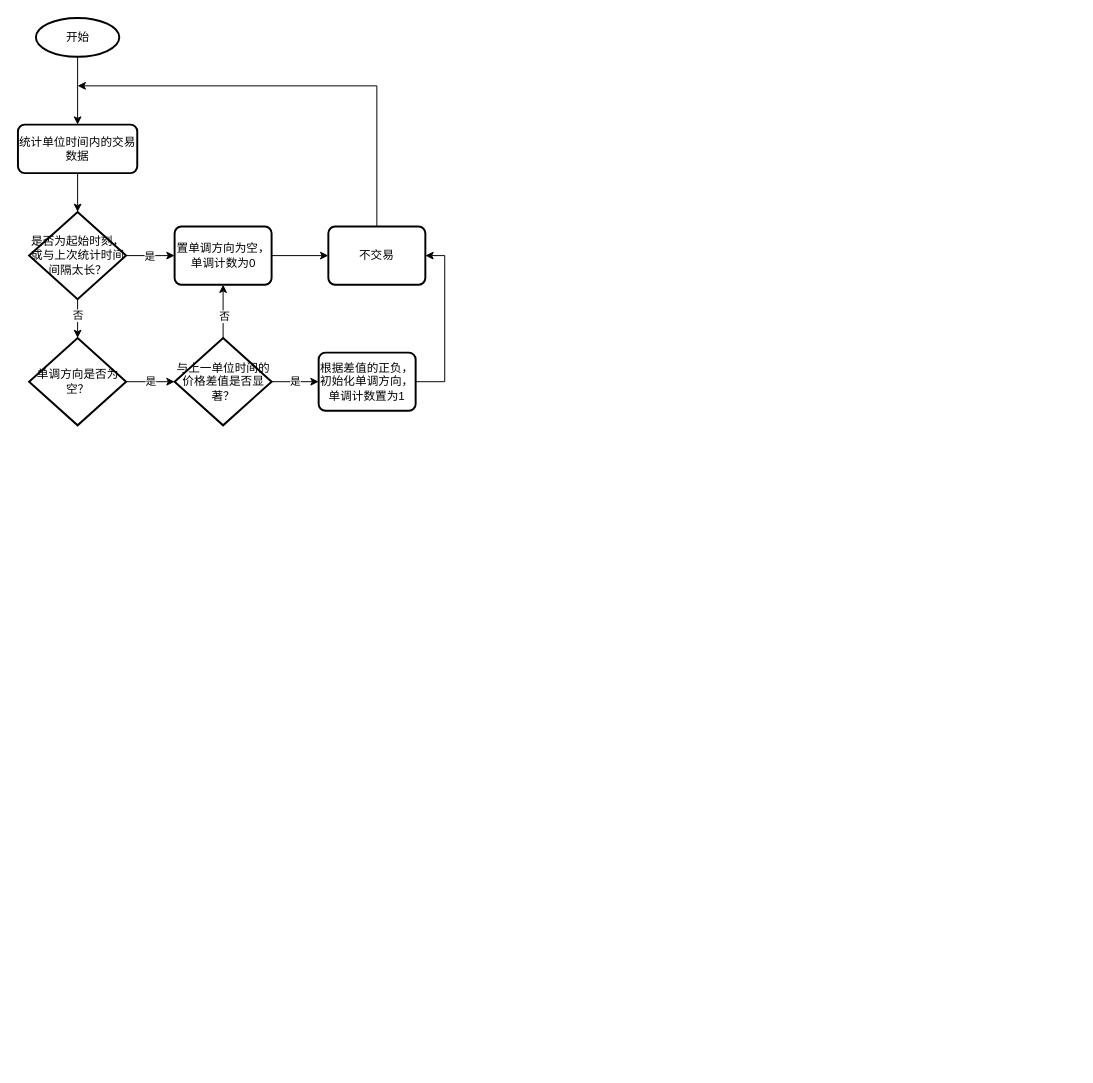
Before: trading.drawio in haycheng/draw.io, a draw.io diagram. Source tidied: cells renumbered, new cells numbered last; positions are measured from the earlier drawing's top-left corner, leaving out a move shared by most shapes. Both pictures are drawn from the tidied source at 97%, with x=0, y=0 at pixel (17, 17).
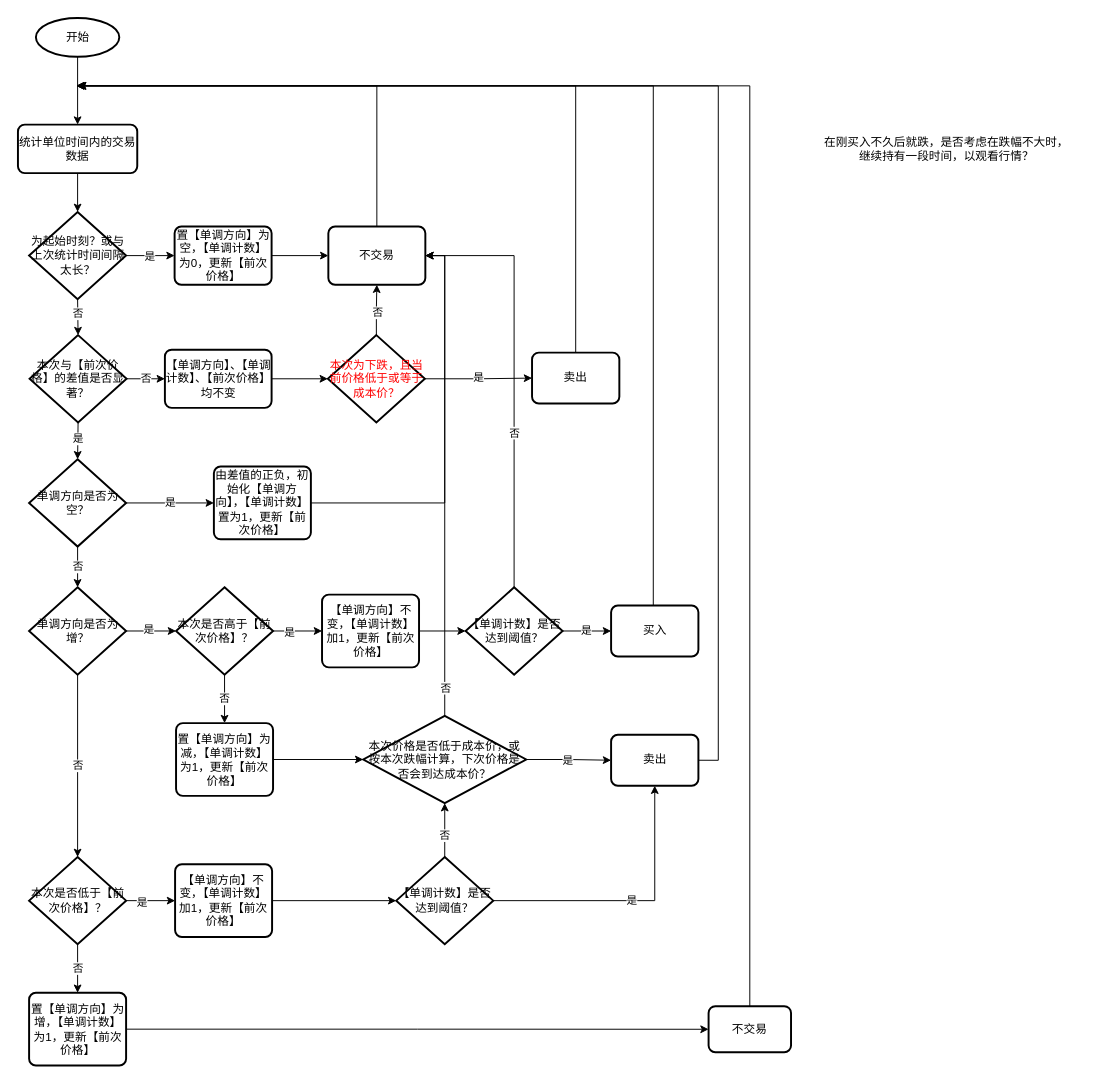
After the change.

What changed in the source:
```diff
@@
-    <mxCell id="8" style="edgeStyle=orthogonalEdgeStyle;rounded=0;jettySize=auto;html=1;exitX=0.5;exitY=1;exitDx=0;exitDy=0;exitPerimeter=0;entryX=0.5;entryY=0;entryDx=0;entryDy=0;entryPerimeter=0;" parent="1" edge="1" source="10" target="15">
+    <mxCell id="8" style="edgeStyle=orthogonalEdgeStyle;rounded=0;jettySize=auto;html=1;exitX=0.5;exitY=1;exitDx=0;exitDy=0;exitPerimeter=0;entryX=0.5;entryY=0;entryDx=0;entryDy=0;entryPerimeter=0;" parent="1" edge="1" source="10" target="31">
       <mxGeometry relative="1" as="geometry" />
     </mxCell>
@@
-    <mxCell id="10" value="是否为起始时刻，或与上次统计时间间隔太长？" style="strokeWidth=2;html=1;shape=mxgraph.flowchart.decision;whiteSpace=wrap;" parent="1" vertex="1">
+    <mxCell id="10" value="为起始时刻？或与上次统计时间间隔太长？" style="strokeWidth=2;html=1;shape=mxgraph.flowchart.decision;whiteSpace=wrap;" parent="1" vertex="1">
       <mxGeometry x="11.5" y="200" width="100" height="90" as="geometry" />
     </mxCell>
@@
-    <mxCell id="13" value="置单调方向为空，单调计数为0" style="rounded=1;whiteSpace=wrap;html=1;absoluteArcSize=1;arcSize=14;strokeWidth=2;" parent="1" vertex="1">
+    <mxCell id="13" value="置【单调方向】为空，【单调计数】为0，更新【前次价格】" style="rounded=1;whiteSpace=wrap;html=1;absoluteArcSize=1;arcSize=14;strokeWidth=2;" parent="1" vertex="1">
       <mxGeometry x="161.5" y="215" width="100" height="60" as="geometry" />
     </mxCell>
-    <mxCell id="14" value="是" style="edgeStyle=orthogonalEdgeStyle;rounded=0;jettySize=auto;html=1;exitX=1;exitY=0.5;exitDx=0;exitDy=0;exitPerimeter=0;entryX=0;entryY=0.5;entryDx=0;entryDy=0;entryPerimeter=0;" parent="1" edge="1" source="15" target="21">
+    <mxCell id="14" value="是" style="edgeStyle=orthogonalEdgeStyle;rounded=0;jettySize=auto;html=1;exitX=1;exitY=0.5;exitDx=0;exitDy=0;exitPerimeter=0;entryX=0;entryY=0.5;entryDx=0;entryDy=0;" parent="1" edge="1" source="15" target="17">
       <mxGeometry relative="1" as="geometry" />
     </mxCell>
+    <mxCell id="23" value="否" style="edgeStyle=orthogonalEdgeStyle;rounded=0;jettySize=auto;html=1;exitX=0.5;exitY=1;exitDx=0;exitDy=0;exitPerimeter=0;entryX=0.5;entryY=0;entryDx=0;entryDy=0;entryPerimeter=0;" parent="1" edge="1" source="15" target="27">
+      <mxGeometry relative="1" as="geometry" />
+    </mxCell>
     <mxCell id="15" value="单调方向是否为空？" style="strokeWidth=2;html=1;shape=mxgraph.flowchart.decision;whiteSpace=wrap;" parent="1" vertex="1">
-      <mxGeometry x="11.5" y="330" width="100" height="90" as="geometry" />
+      <mxGeometry x="11.5" y="455" width="100" height="90" as="geometry" />
     </mxCell>
@@
-    <mxCell id="17" value="根据差值的正负，初始化单调方向，单调计数置为1" style="rounded=1;whiteSpace=wrap;html=1;absoluteArcSize=1;arcSize=14;strokeWidth=2;" parent="1" vertex="1">
-      <mxGeometry x="310" y="345" width="100" height="60" as="geometry" />
+    <mxCell id="17" value="由差值的正负，初始化【单调方向】，【单调计数】置为1，更新【前次价格】" style="rounded=1;whiteSpace=wrap;html=1;absoluteArcSize=1;arcSize=14;strokeWidth=2;" parent="1" vertex="1">
+      <mxGeometry x="202" y="462.5" width="100" height="75" as="geometry" />
     </mxCell>
+    <mxCell id="22" value="不交易" style="rounded=1;whiteSpace=wrap;html=1;absoluteArcSize=1;arcSize=14;strokeWidth=2;" parent="1" vertex="1">
+      <mxGeometry x="320" y="215" width="100" height="60" as="geometry" />
+    </mxCell>
+    <mxCell id="24" style="edgeStyle=orthogonalEdgeStyle;rounded=0;jettySize=auto;html=1;exitX=1;exitY=0.5;exitDx=0;exitDy=0;exitPerimeter=0;entryX=0;entryY=0.5;entryDx=0;entryDy=0;entryPerimeter=0;" parent="1" edge="1" source="27" target="37">
+      <mxGeometry relative="1" as="geometry" />
+    </mxCell>
+    <mxCell id="25" value="是" style="edgeLabel;html=1;align=center;verticalAlign=middle;" parent="24" vertex="1">
+      <mxGeometry x="-0.1" y="-1" relative="1" as="geometry">
+        <mxPoint y="-3" as="offset" />
+      </mxGeometry>
+    </mxCell>
+    <mxCell id="26" value="否" style="edgeStyle=orthogonalEdgeStyle;rounded=0;jettySize=auto;html=1;exitX=0.5;exitY=1;exitDx=0;exitDy=0;exitPerimeter=0;entryX=0.5;entryY=0;entryDx=0;entryDy=0;entryPerimeter=0;" parent="1" edge="1" source="27" target="53">
+      <mxGeometry relative="1" as="geometry" />
+    </mxCell>
+    <mxCell id="27" value="单调方向是否为增？" style="strokeWidth=2;html=1;shape=mxgraph.flowchart.decision;whiteSpace=wrap;" parent="1" vertex="1">
+      <mxGeometry x="11.5" y="587" width="100" height="90" as="geometry" />
+    </mxCell>
+    <mxCell id="28" value="否" style="edgeStyle=orthogonalEdgeStyle;rounded=0;jettySize=auto;html=1;exitX=1;exitY=0.5;exitDx=0;exitDy=0;exitPerimeter=0;entryX=0;entryY=0.5;entryDx=0;entryDy=0;" parent="1" edge="1" source="31" target="33">
+      <mxGeometry relative="1" as="geometry" />
+    </mxCell>
+    <mxCell id="29" style="edgeStyle=orthogonalEdgeStyle;rounded=0;jettySize=auto;html=1;exitX=0.5;exitY=1;exitDx=0;exitDy=0;exitPerimeter=0;entryX=0.5;entryY=0;entryDx=0;entryDy=0;entryPerimeter=0;" parent="1" edge="1" source="31" target="15">
+      <mxGeometry relative="1" as="geometry" />
+    </mxCell>
+    <mxCell id="30" value="是" style="edgeLabel;html=1;align=center;verticalAlign=middle;" parent="29" vertex="1">
+      <mxGeometry x="-0.08" y="1" relative="1" as="geometry">
+        <mxPoint x="-1" y="-1" as="offset" />
+      </mxGeometry>
+    </mxCell>
+    <mxCell id="31" value="本次与【前次价格】的差值是否显著？" style="strokeWidth=2;html=1;shape=mxgraph.flowchart.decision;whiteSpace=wrap;" parent="1" vertex="1">
+      <mxGeometry x="12" y="327" width="100" height="90" as="geometry" />
+    </mxCell>
+    <mxCell id="32" style="edgeStyle=orthogonalEdgeStyle;rounded=0;jettySize=auto;html=1;exitX=1;exitY=0.5;exitDx=0;exitDy=0;entryX=0;entryY=0.5;entryDx=0;entryDy=0;entryPerimeter=0;" parent="1" edge="1" source="33" target="70">
+      <mxGeometry relative="1" as="geometry" />
+    </mxCell>
+    <mxCell id="33" value="【单调方向】、【单调计数】、【前次价格】均不变" style="rounded=1;whiteSpace=wrap;html=1;absoluteArcSize=1;arcSize=14;strokeWidth=2;" parent="1" vertex="1">
+      <mxGeometry x="151.5" y="342" width="110" height="60" as="geometry" />
+    </mxCell>
+    <mxCell id="34" style="edgeStyle=orthogonalEdgeStyle;rounded=0;jettySize=auto;html=1;exitX=1;exitY=0.5;exitDx=0;exitDy=0;exitPerimeter=0;entryX=0;entryY=0.5;entryDx=0;entryDy=0;" parent="1" edge="1" source="37" target="39">
+      <mxGeometry relative="1" as="geometry" />
+    </mxCell>
+    <mxCell id="35" value="是" style="edgeLabel;html=1;align=center;verticalAlign=middle;" parent="34" vertex="1">
+      <mxGeometry x="-0.35" y="-1" relative="1" as="geometry" />
+    </mxCell>
+    <mxCell id="36" value="否" style="edgeStyle=orthogonalEdgeStyle;rounded=0;jettySize=auto;html=1;exitX=0.5;exitY=1;exitDx=0;exitDy=0;exitPerimeter=0;" parent="1" edge="1" source="37" target="49">
+      <mxGeometry relative="1" as="geometry" />
+    </mxCell>
+    <mxCell id="37" value="本次是否高于【前次价格】？" style="strokeWidth=2;html=1;shape=mxgraph.flowchart.decision;whiteSpace=wrap;" parent="1" vertex="1">
+      <mxGeometry x="163" y="587" width="100" height="90" as="geometry" />
+    </mxCell>
+    <mxCell id="38" style="edgeStyle=orthogonalEdgeStyle;rounded=0;jettySize=auto;html=1;exitX=1;exitY=0.5;exitDx=0;exitDy=0;entryX=0;entryY=0.5;entryDx=0;entryDy=0;entryPerimeter=0;" parent="1" edge="1" source="39" target="43">
+      <mxGeometry relative="1" as="geometry" />
+    </mxCell>
+    <mxCell id="39" value="【单调方向】不变，【单调计数】加1，更新【前次价格】" style="rounded=1;whiteSpace=wrap;html=1;absoluteArcSize=1;arcSize=14;strokeWidth=2;" parent="1" vertex="1">
+      <mxGeometry x="313.5" y="594.5" width="100" height="75" as="geometry" />
+    </mxCell>
+    <mxCell id="40" style="edgeStyle=orthogonalEdgeStyle;rounded=0;jettySize=auto;html=1;exitX=0.5;exitY=0;exitDx=0;exitDy=0;exitPerimeter=0;entryX=1;entryY=0.5;entryDx=0;entryDy=0;" parent="1" edge="1" source="43" target="22">
+      <mxGeometry relative="1" as="geometry" />
+    </mxCell>
+    <mxCell id="41" value="否" style="edgeLabel;html=1;align=center;verticalAlign=middle;" parent="40" vertex="1">
+      <mxGeometry x="-0.26" y="-1" relative="1" as="geometry">
+        <mxPoint x="-1" as="offset" />
+      </mxGeometry>
+    </mxCell>
+    <mxCell id="42" value="是" style="edgeStyle=orthogonalEdgeStyle;rounded=0;jettySize=auto;html=1;exitX=1;exitY=0.5;exitDx=0;exitDy=0;exitPerimeter=0;entryX=0;entryY=0.5;entryDx=0;entryDy=0;" parent="1" edge="1" source="43" target="45">
+      <mxGeometry relative="1" as="geometry" />
+    </mxCell>
+    <mxCell id="43" value="【单调计数】是否达到阈值？" style="strokeWidth=2;html=1;shape=mxgraph.flowchart.decision;whiteSpace=wrap;" parent="1" vertex="1">
+      <mxGeometry x="461.5" y="587" width="100" height="90" as="geometry" />
+    </mxCell>
+    <mxCell id="44" style="edgeStyle=orthogonalEdgeStyle;rounded=0;jettySize=auto;html=1;exitX=0.5;exitY=0;exitDx=0;exitDy=0;" parent="1" edge="1" source="45">
+      <mxGeometry relative="1" as="geometry">
+        <mxPoint x="60" y="70" as="targetPoint" />
+        <Array as="points">
+          <mxPoint x="655" y="70" />
+        </Array>
+      </mxGeometry>
+    </mxCell>
+    <mxCell id="45" value="买入" style="rounded=1;whiteSpace=wrap;html=1;absoluteArcSize=1;arcSize=14;strokeWidth=2;" parent="1" vertex="1">
+      <mxGeometry x="611.5" y="605.8" width="90" height="52.5" as="geometry" />
+    </mxCell>
+    <mxCell id="46" style="edgeStyle=orthogonalEdgeStyle;rounded=0;jettySize=auto;html=1;exitX=0.5;exitY=0;exitDx=0;exitDy=0;entryX=1;entryY=0.5;entryDx=0;entryDy=0;exitPerimeter=0;" parent="1" edge="1" source="63" target="22">
+      <mxGeometry relative="1" as="geometry" />
+    </mxCell>
+    <mxCell id="47" value="否" style="edgeLabel;html=1;align=center;verticalAlign=middle;" parent="46" vertex="1">
+      <mxGeometry x="-0.78" relative="1" as="geometry">
+        <mxPoint y="25" as="offset" />
+      </mxGeometry>
+    </mxCell>
+    <mxCell id="48" style="edgeStyle=orthogonalEdgeStyle;rounded=0;jettySize=auto;html=1;exitX=1;exitY=0.5;exitDx=0;exitDy=0;entryX=0;entryY=0.5;entryDx=0;entryDy=0;entryPerimeter=0;" parent="1" edge="1" source="49" target="63">
+      <mxGeometry relative="1" as="geometry" />
+    </mxCell>
+    <mxCell id="49" value="置【单调方向】为减，【单调计数】为1，更新【前次价格】" style="rounded=1;whiteSpace=wrap;html=1;absoluteArcSize=1;arcSize=14;strokeWidth=2;" parent="1" vertex="1">
+      <mxGeometry x="163" y="727" width="100" height="75" as="geometry" />
+    </mxCell>
+    <mxCell id="50" style="edgeStyle=orthogonalEdgeStyle;rounded=0;jettySize=auto;html=1;exitX=1;exitY=0.5;exitDx=0;exitDy=0;exitPerimeter=0;entryX=0;entryY=0.5;entryDx=0;entryDy=0;" parent="1" edge="1" source="53" target="55">
+      <mxGeometry relative="1" as="geometry" />
+    </mxCell>
+    <mxCell id="51" value="是" style="edgeLabel;html=1;align=center;verticalAlign=middle;" parent="50" vertex="1">
+      <mxGeometry x="-0.35" y="-1" relative="1" as="geometry" />
+    </mxCell>
+    <mxCell id="52" value="否" style="edgeStyle=orthogonalEdgeStyle;rounded=0;jettySize=auto;html=1;exitX=0.5;exitY=1;exitDx=0;exitDy=0;exitPerimeter=0;" parent="1" edge="1" source="53" target="60">
+      <mxGeometry relative="1" as="geometry" />
+    </mxCell>
+    <mxCell id="53" value="本次是否低于【前次价格】？" style="strokeWidth=2;html=1;shape=mxgraph.flowchart.decision;whiteSpace=wrap;" parent="1" vertex="1">
+      <mxGeometry x="11.5" y="865" width="100" height="90" as="geometry" />
+    </mxCell>
+    <mxCell id="54" style="edgeStyle=orthogonalEdgeStyle;rounded=0;jettySize=auto;html=1;exitX=1;exitY=0.5;exitDx=0;exitDy=0;entryX=0;entryY=0.5;entryDx=0;entryDy=0;entryPerimeter=0;" parent="1" edge="1" source="55" target="58">
+      <mxGeometry relative="1" as="geometry" />
+    </mxCell>
+    <mxCell id="55" value="【单调方向】不变，【单调计数】加1，更新【前次价格】" style="rounded=1;whiteSpace=wrap;html=1;absoluteArcSize=1;arcSize=14;strokeWidth=2;" parent="1" vertex="1">
+      <mxGeometry x="162" y="872.5" width="100" height="75" as="geometry" />
+    </mxCell>
+    <mxCell id="56" value="否" style="edgeStyle=orthogonalEdgeStyle;rounded=0;jettySize=auto;html=1;exitX=0.5;exitY=0;exitDx=0;exitDy=0;exitPerimeter=0;entryX=0.5;entryY=1;entryDx=0;entryDy=0;entryPerimeter=0;" parent="1" edge="1" source="58" target="63">
+      <mxGeometry x="-0.19" relative="1" as="geometry" />
+    </mxCell>
+    <mxCell id="57" value="是" style="edgeStyle=orthogonalEdgeStyle;rounded=0;jettySize=auto;html=1;exitX=1;exitY=0.5;exitDx=0;exitDy=0;exitPerimeter=0;entryX=0.5;entryY=1;entryDx=0;entryDy=0;" parent="1" edge="1" source="58" target="65">
+      <mxGeometry relative="1" as="geometry" />
+    </mxCell>
+    <mxCell id="58" value="【单调计数】是否达到阈值？" style="strokeWidth=2;html=1;shape=mxgraph.flowchart.decision;whiteSpace=wrap;" parent="1" vertex="1">
+      <mxGeometry x="390" y="865" width="100" height="90" as="geometry" />
+    </mxCell>
+    <mxCell id="59" style="edgeStyle=orthogonalEdgeStyle;rounded=0;jettySize=auto;html=1;exitX=1;exitY=0.5;exitDx=0;exitDy=0;" parent="1" edge="1" source="60" target="67">
+      <mxGeometry relative="1" as="geometry" />
+    </mxCell>
+    <mxCell id="60" value="置【单调方向】为增，【单调计数】为1，更新【前次价格】" style="rounded=1;whiteSpace=wrap;html=1;absoluteArcSize=1;arcSize=14;strokeWidth=2;" parent="1" vertex="1">
+      <mxGeometry x="11.5" y="1005" width="100" height="75" as="geometry" />
+    </mxCell>
+    <mxCell id="61" style="edgeStyle=orthogonalEdgeStyle;rounded=0;jettySize=auto;html=1;exitX=1;exitY=0.5;exitDx=0;exitDy=0;exitPerimeter=0;entryX=0;entryY=0.5;entryDx=0;entryDy=0;" parent="1" edge="1" source="63" target="65">
+      <mxGeometry relative="1" as="geometry" />
+    </mxCell>
+    <mxCell id="62" value="是" style="edgeLabel;html=1;align=center;verticalAlign=middle;" parent="61" vertex="1">
+      <mxGeometry x="-0.04" relative="1" as="geometry">
+        <mxPoint y="1" as="offset" />
+      </mxGeometry>
+    </mxCell>
+    <mxCell id="63" value="本次价格是否低于成本价，或按本次跌幅计算，下次价格是否会到达成本价？" style="strokeWidth=2;html=1;shape=mxgraph.flowchart.decision;whiteSpace=wrap;" parent="1" vertex="1">
+      <mxGeometry x="356" y="719.5" width="168" height="90" as="geometry" />
+    </mxCell>
+    <mxCell id="64" style="edgeStyle=orthogonalEdgeStyle;rounded=0;jettySize=auto;html=1;exitX=1;exitY=0.5;exitDx=0;exitDy=0;" parent="1" edge="1" source="65">
+      <mxGeometry relative="1" as="geometry">
+        <mxPoint x="60" y="70" as="targetPoint" />
+        <Array as="points">
+          <mxPoint x="722" y="765" />
+          <mxPoint x="722" y="70" />
+        </Array>
+      </mxGeometry>
+    </mxCell>
+    <mxCell id="65" value="卖出" style="rounded=1;whiteSpace=wrap;html=1;absoluteArcSize=1;arcSize=14;strokeWidth=2;" parent="1" vertex="1">
+      <mxGeometry x="611.5" y="739" width="90" height="52.5" as="geometry" />
+    </mxCell>
+    <mxCell id="66" style="edgeStyle=orthogonalEdgeStyle;rounded=0;jettySize=auto;html=1;exitX=0.5;exitY=0;exitDx=0;exitDy=0;" parent="1" edge="1" source="67">
+      <mxGeometry relative="1" as="geometry">
+        <mxPoint x="62" y="70" as="targetPoint" />
+        <Array as="points">
+          <mxPoint x="755" y="70" />
+        </Array>
+      </mxGeometry>
+    </mxCell>
+    <mxCell id="67" value="不交易" style="rounded=1;whiteSpace=wrap;html=1;absoluteArcSize=1;arcSize=14;strokeWidth=2;" parent="1" vertex="1">
+      <mxGeometry x="712" y="1018.8" width="85" height="47.5" as="geometry" />
+    </mxCell>
+    <mxCell id="68" style="edgeStyle=orthogonalEdgeStyle;rounded=0;jettySize=auto;html=1;exitX=0.5;exitY=0;exitDx=0;exitDy=0;exitPerimeter=0;" parent="1" edge="1" source="70" target="22">
+      <mxGeometry relative="1" as="geometry" />
+    </mxCell>
+    <mxCell id="69" value="否" style="edgeLabel;html=1;align=center;verticalAlign=middle;" parent="68" vertex="1">
+      <mxGeometry x="-0.09" relative="1" as="geometry">
+        <mxPoint x="1" as="offset" />
+      </mxGeometry>
+    </mxCell>
-    <mxCell id="18" value="是" style="edgeStyle=orthogonalEdgeStyle;rounded=0;jettySize=auto;html=1;exitX=1;exitY=0.5;exitDx=0;exitDy=0;exitPerimeter=0;" parent="1" edge="1" source="21" target="17">
+    <mxCell id="18" value="是" style="edgeStyle=orthogonalEdgeStyle;rounded=0;jettySize=auto;html=1;exitX=1;exitY=0.5;exitDx=0;exitDy=0;exitPerimeter=0;" parent="1" edge="1" source="70" target="72">
       <mxGeometry relative="1" as="geometry" />
     </mxCell>
-    <mxCell id="19" style="edgeStyle=orthogonalEdgeStyle;rounded=0;jettySize=auto;html=1;exitX=0.5;exitY=0;exitDx=0;exitDy=0;exitPerimeter=0;entryX=0.5;entryY=1;entryDx=0;entryDy=0;" parent="1" edge="1" source="21" target="13">
-      <mxGeometry relative="1" as="geometry" />
-    </mxCell>
-    <mxCell id="20" value="否" style="edgeLabel;html=1;align=center;verticalAlign=middle;" parent="19" vertex="1">
-      <mxGeometry x="-0.16" relative="1" as="geometry">
-        <mxPoint x="1" as="offset" />
-      </mxGeometry>
-    </mxCell>
-    <mxCell id="21" value="与上一单位时间的价格差值是否显著？" style="strokeWidth=2;html=1;shape=mxgraph.flowchart.decision;whiteSpace=wrap;" parent="1" vertex="1">
-      <mxGeometry x="161.5" y="330" width="100" height="90" as="geometry" />
-    </mxCell>
-    <mxCell id="22" value="不交易" style="rounded=1;whiteSpace=wrap;html=1;absoluteArcSize=1;arcSize=14;strokeWidth=2;" parent="1" vertex="1">
-      <mxGeometry x="320" y="215" width="100" height="60" as="geometry" />
-    </mxCell>
+    <mxCell id="70" value="本次为下跌，且当前价格低于或等于成本价？" style="strokeWidth=2;html=1;shape=mxgraph.flowchart.decision;whiteSpace=wrap;fontColor=#FF0000;" parent="1" vertex="1">
+      <mxGeometry x="319.5" y="327" width="100" height="90" as="geometry" />
+    </mxCell>
+    <mxCell id="71" style="edgeStyle=orthogonalEdgeStyle;rounded=0;jettySize=auto;html=1;exitX=0.5;exitY=0;exitDx=0;exitDy=0;" parent="1" edge="1" source="72">
+      <mxGeometry relative="1" as="geometry">
+        <mxPoint x="62" y="70" as="targetPoint" />
+        <Array as="points">
+          <mxPoint x="575" y="70" />
+        </Array>
+      </mxGeometry>
+    </mxCell>
+    <mxCell id="72" value="卖出" style="rounded=1;whiteSpace=wrap;html=1;absoluteArcSize=1;arcSize=14;strokeWidth=2;" parent="1" vertex="1">
+      <mxGeometry x="530" y="345" width="90" height="52.5" as="geometry" />
+    </mxCell>
+    <mxCell id="73" value="在刚买入不久后就跌，是否考虑在跌幅不大时，&lt;br&gt;继续持有一段时间，以观看行情？" style="text;html=1;align=center;verticalAlign=middle;strokeColor=none;" parent="1" vertex="1">
+      <mxGeometry x="822" y="120" width="270" height="30" as="geometry" />
+    </mxCell>
```
